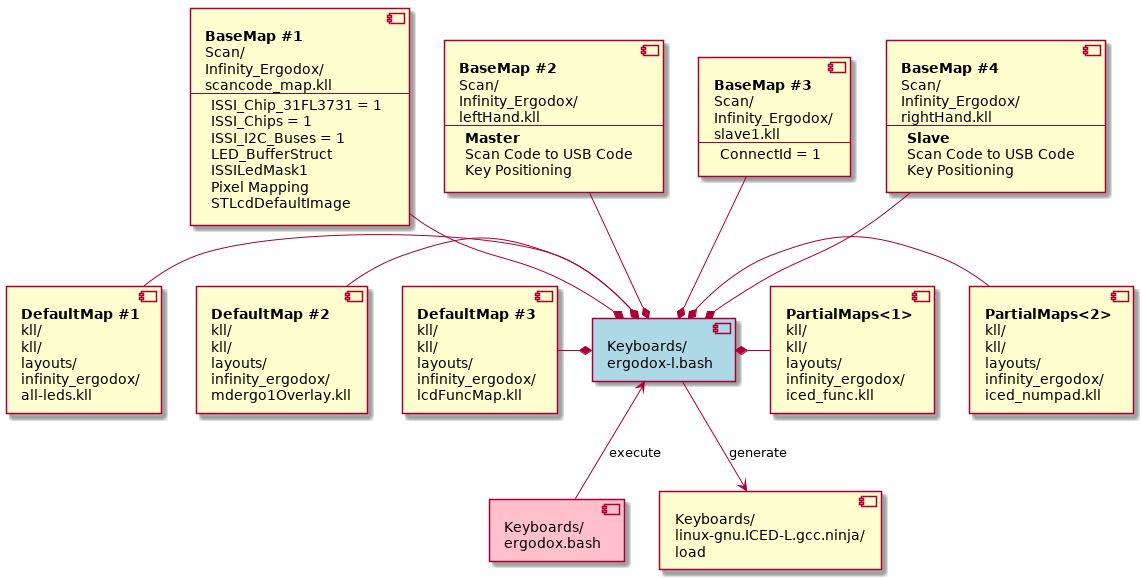
Earlier version of the PlantUML export doc/uml/build.png (kluelogic/controller).
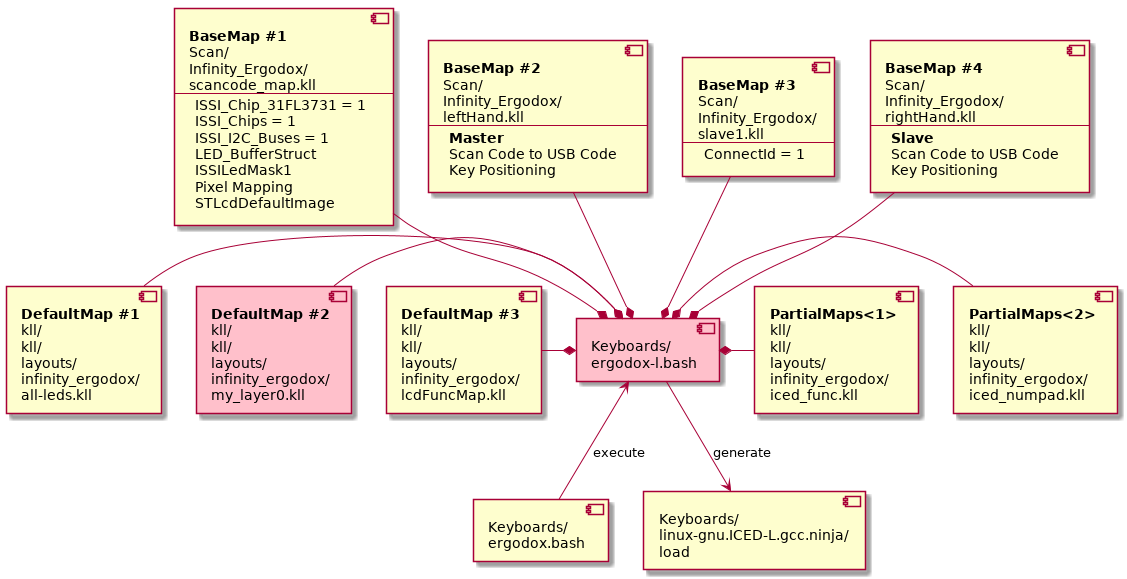
The same file after the commit.

Change to the diagram source:
```diff
@@ -1,11 +1,11 @@
 @startuml
-component ergodox_l_bash #LightBlue [
+component ergodox_l_bash #Pink [
 Keyboards/
 ergodox-l.bash
 ]
 
 
-component ergodox_bash #Pink [
+component ergodox_bash [
 Keyboards/
 ergodox.bash
 ]
@@ -65,13 +65,14 @@
 all-leds.kll
 ]
 
-component mdergo1Overlay_kll [
+
+component my_layer0_kll #Pink [
 <b>DefaultMap #2
 kll/
 kll/
 layouts/
 infinity_ergodox/
-mdergo1Overlay.kll
+my_layer0.kll
 ]
 
 component lcdFuncMap_kll [
@@ -117,7 +118,7 @@
 slave1_kll           --* ergodox_l_bash
 rightHand_kll        --* ergodox_l_bash
 all_leds_kll          -* ergodox_l_bash
-mdergo1Overlay_kll    -* ergodox_l_bash
+my_layer0_kll         -* ergodox_l_bash
 lcdFuncMap_kll        -* ergodox_l_bash
 iced_numpad_kll -right-* ergodox_l_bash
 iced_func_kll   -right-* ergodox_l_bash
```
